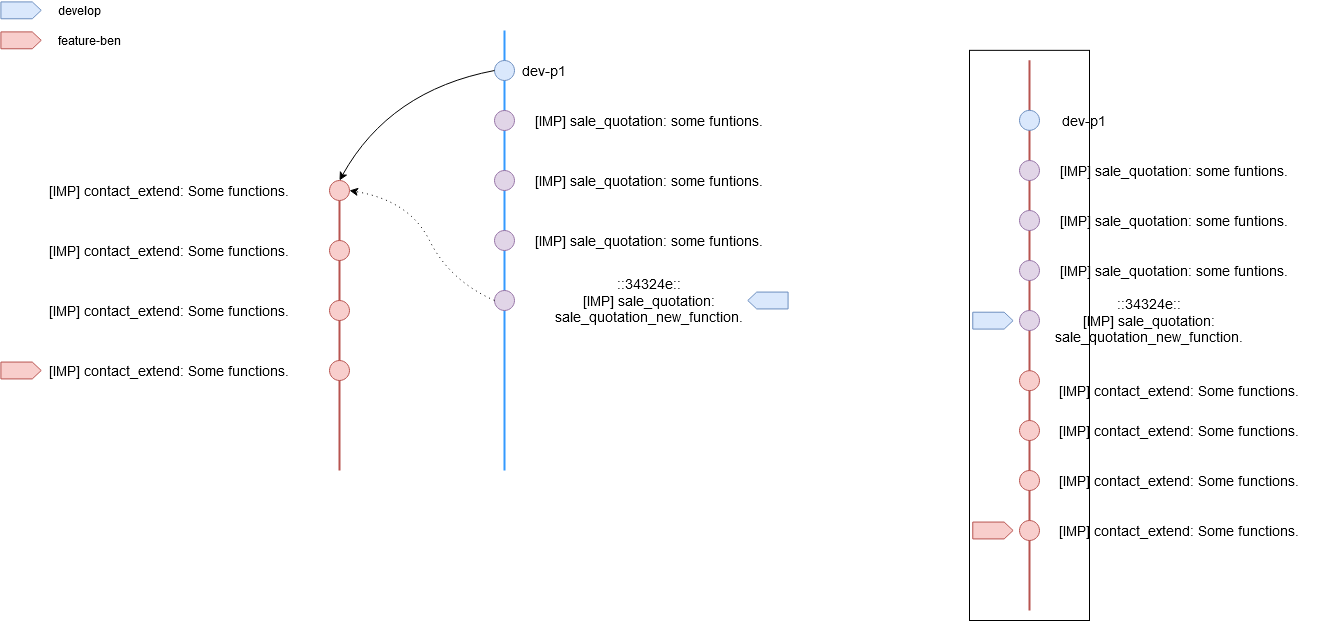
alreadytakenn/images keeps this draw.io diagram as gitBranchModel/rebasePersonalBranch.png. Above is the earlier version. Source tidied: cells renumbered, new cells last; positions are measured from the earlier drawing's top-left corner, leaving out a move shared by most shapes.
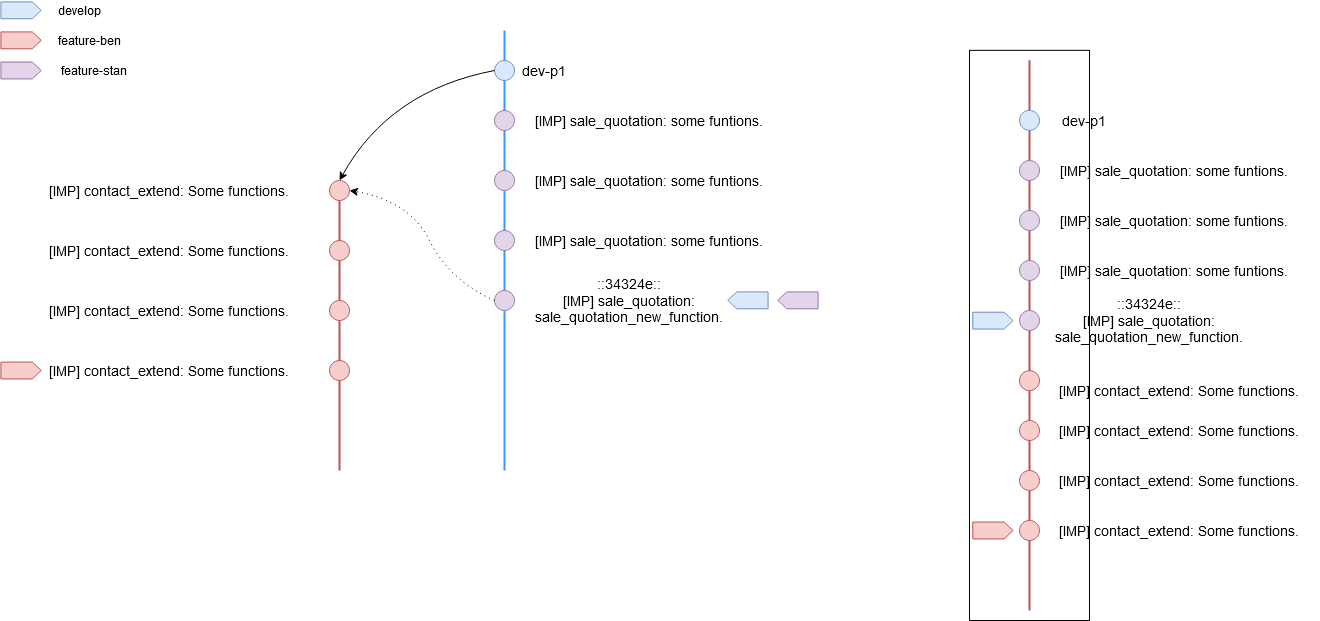
The same diagram one commit later.

What changed in the source:
```diff
@@ -85,7 +85,7 @@
       <mxGeometry x="0.1" y="359.8" width="16.9" height="40.3" as="geometry" />
     </mxCell>
     <mxCell id="28" style="shape=offPageConnector;whiteSpace=wrap;html=1;fillColor=#dae8fc;rotation=90;size=0.22148571428571553;strokeColor=#6c8ebf;" parent="1" vertex="1">
-      <mxGeometry x="747" y="289.8" width="16.9" height="40.3" as="geometry" />
+      <mxGeometry x="727" y="289.7" width="16.9" height="40.3" as="geometry" />
     </mxCell>
     <mxCell id="29" style="shape=offPageConnector;whiteSpace=wrap;html=1;fillColor=#f8cecc;rotation=-90;size=0.22148571428571553;strokeColor=#b85450;" parent="1" vertex="1">
       <mxGeometry x="0.1" y="29.7" width="16.9" height="40.3" as="geometry" />
@@ -124,7 +124,7 @@
       <mxGeometry x="497" y="179.8" width="280" height="20" as="geometry" />
     </mxCell>
     <mxCell id="41" value="::34324e::&lt;br&gt;&lt;div&gt;[IMP] sale_quotation: sale_quotation_new_function.&lt;/div&gt;" style="text;html=1;strokeColor=none;fillColor=none;align=center;verticalAlign=middle;whiteSpace=wrap;rounded=0;fontSize=14;" parent="1" vertex="1">
-      <mxGeometry x="497" y="300" width="280" height="20" as="geometry" />
+      <mxGeometry x="507" y="300" width="220" height="20" as="geometry" />
     </mxCell>
     <mxCell id="42" style="curved=1;endArrow=classic;html=1;dashed=1;dashPattern=1 4;exitX=0;exitY=0.5;exitDx=0;exitDy=0;entryX=1;entryY=0.5;entryDx=0;entryDy=0;" parent="1" edge="1" source="34" target="10">
       <mxGeometry relative="1" as="geometry">
@@ -161,5 +161,14 @@
     <mxCell id="51" value="::34324e::&lt;br&gt;&lt;div&gt;[IMP] sale_quotation: sale_quotation_new_function.&lt;/div&gt;" style="text;html=1;strokeColor=none;fillColor=none;align=center;verticalAlign=middle;whiteSpace=wrap;rounded=0;fontSize=14;" parent="1" vertex="1">
       <mxGeometry x="997" y="320" width="280" height="20" as="geometry" />
     </mxCell>
+    <mxCell id="52" style="shape=offPageConnector;whiteSpace=wrap;html=1;fillColor=#e1d5e7;rotation=90;size=0.22148571428571553;strokeColor=#9673a6;" parent="1" vertex="1">
+      <mxGeometry x="777" y="289.7" width="16.9" height="40.3" as="geometry" />
+    </mxCell>
+    <mxCell id="53" style="shape=offPageConnector;whiteSpace=wrap;html=1;fillColor=#e1d5e7;rotation=-90;size=0.22148571428571553;strokeColor=#9673a6;" parent="1" vertex="1">
+      <mxGeometry x="0.1" y="59.8" width="16.9" height="40.3" as="geometry" />
+    </mxCell>
+    <mxCell id="54" value="&lt;div&gt;feature-stan&lt;/div&gt;" style="text;html=1;strokeColor=none;fillColor=none;align=center;verticalAlign=middle;whiteSpace=wrap;rounded=0;" parent="1" vertex="1">
+      <mxGeometry x="47" y="70" width="70" height="20" as="geometry" />
+    </mxCell>
   </root>
 </mxGraphModel>
```
